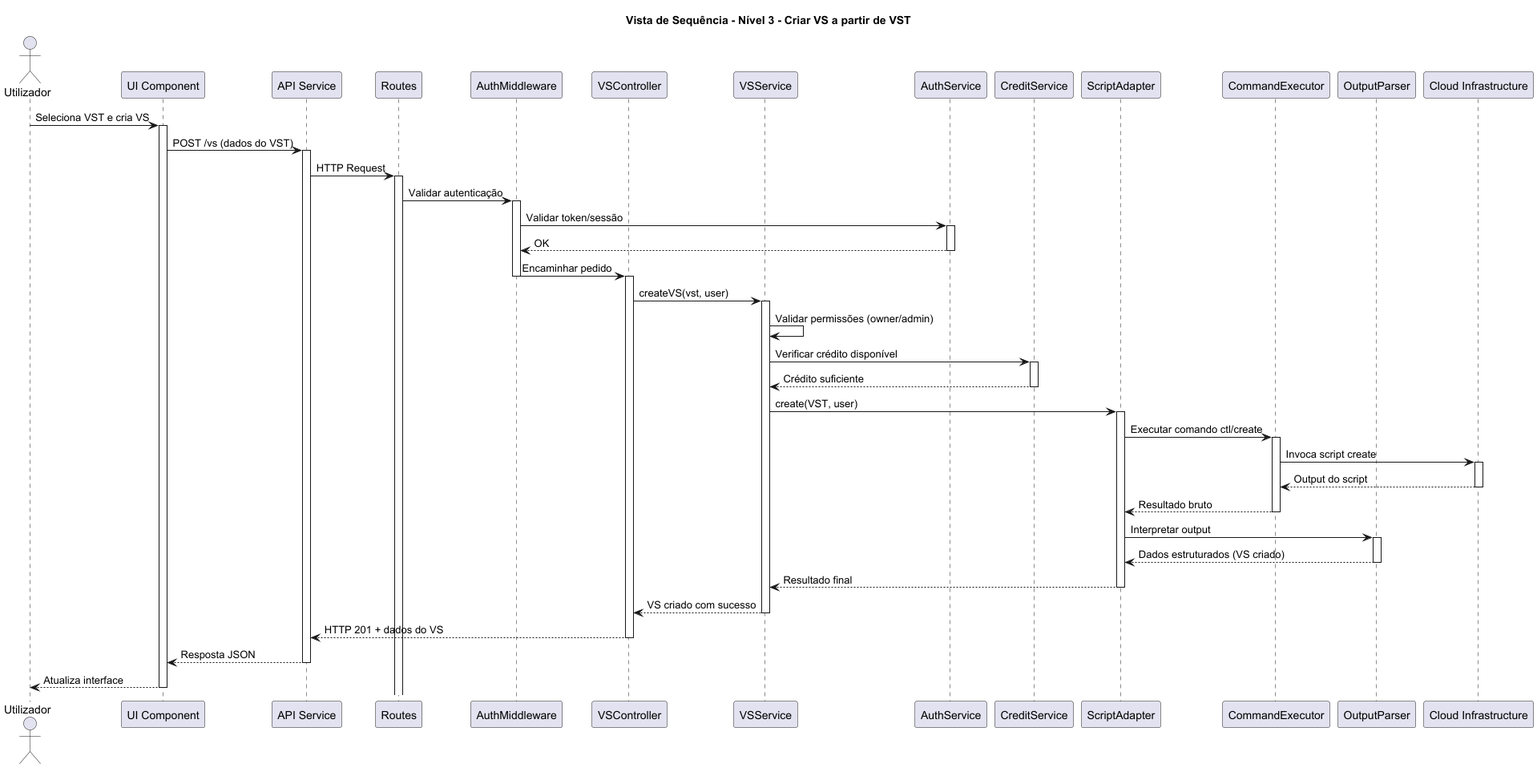
The PlantUML diagram docs/VISTAS/SEQUÊNCIA/US5/VS3.png in tiagosoa/LEI-PROJ-FRONTEND, before a commit.
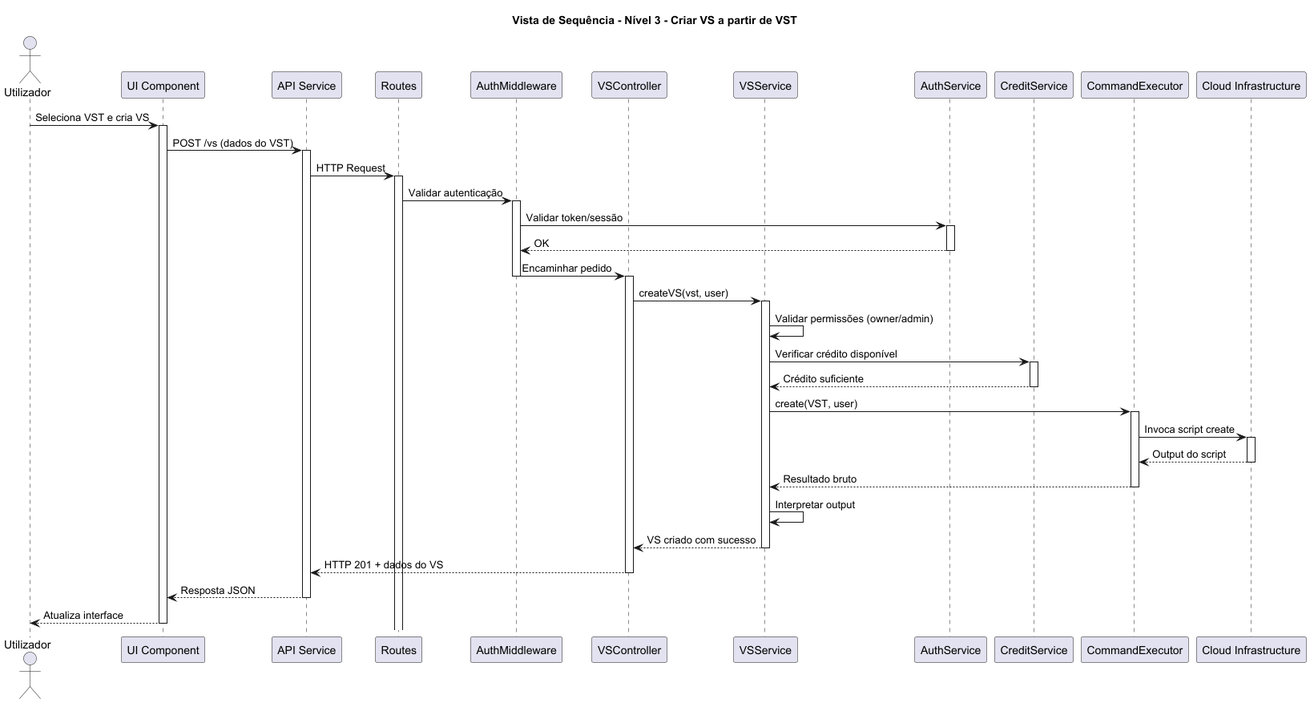
After the commit.

Change to the diagram source:
```diff
@@ -11,9 +11,7 @@
 participant "VSService" as Service
 participant "AuthService" as AuthService
 participant "CreditService" as CreditService
-participant "ScriptAdapter" as Adapter
 participant "CommandExecutor" as Executor
-participant "OutputParser" as Parser
 participant "Cloud Infrastructure" as Cloud
 
 Utilizador -> UI : Seleciona VST e cria VS
@@ -47,10 +45,7 @@
 CreditService --> Service : Crédito suficiente
 deactivate CreditService
 
-Service -> Adapter : create(VST, user)
-activate Adapter
-
-Adapter -> Executor : Executar comando ctl/create
+Service -> Executor : create(VST, user)
 activate Executor
 
 Executor -> Cloud : Invoca script create
@@ -58,16 +53,10 @@
 Cloud --> Executor : Output do script
 deactivate Cloud
 
-Executor --> Adapter : Resultado bruto
+Executor --> Service : Resultado bruto
 deactivate Executor
 
-Adapter -> Parser : Interpretar output
-activate Parser
-Parser --> Adapter : Dados estruturados (VS criado)
-deactivate Parser
-
-Adapter --> Service : Resultado final
-deactivate Adapter
+Service -> Service : Interpretar output
 
 Service --> Controller : VS criado com sucesso
 deactivate Service
```
